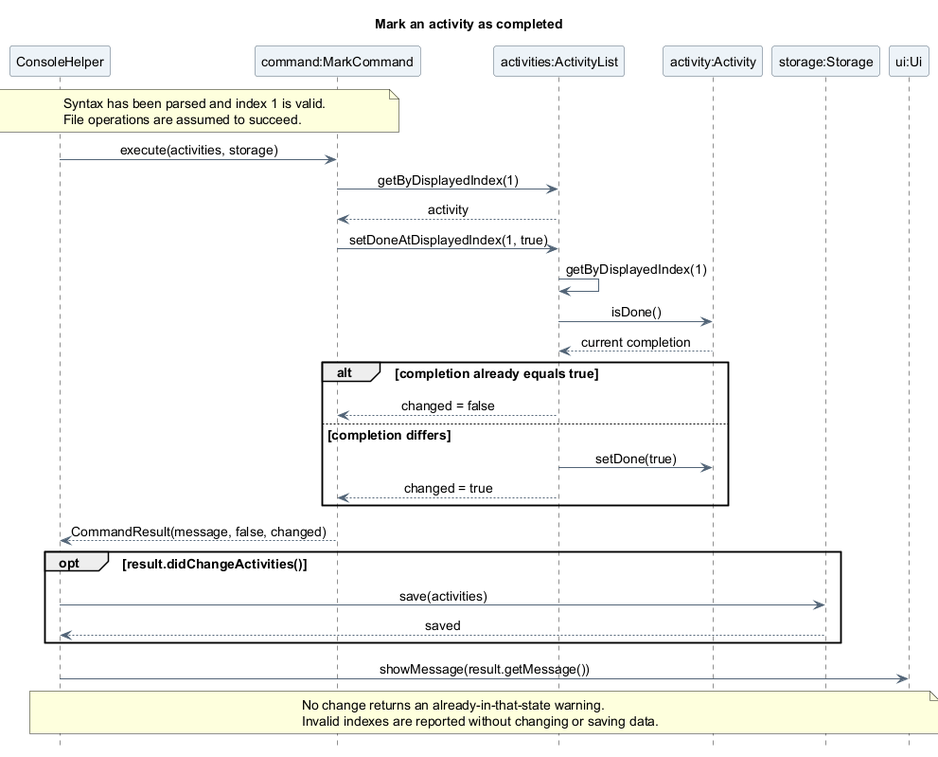
AY2627S1-CS2113-T10-4/tp keeps this PlantUML diagram as docs/images/oliver/sequence/MarkActivitySequence.png. Above is the earlier version.
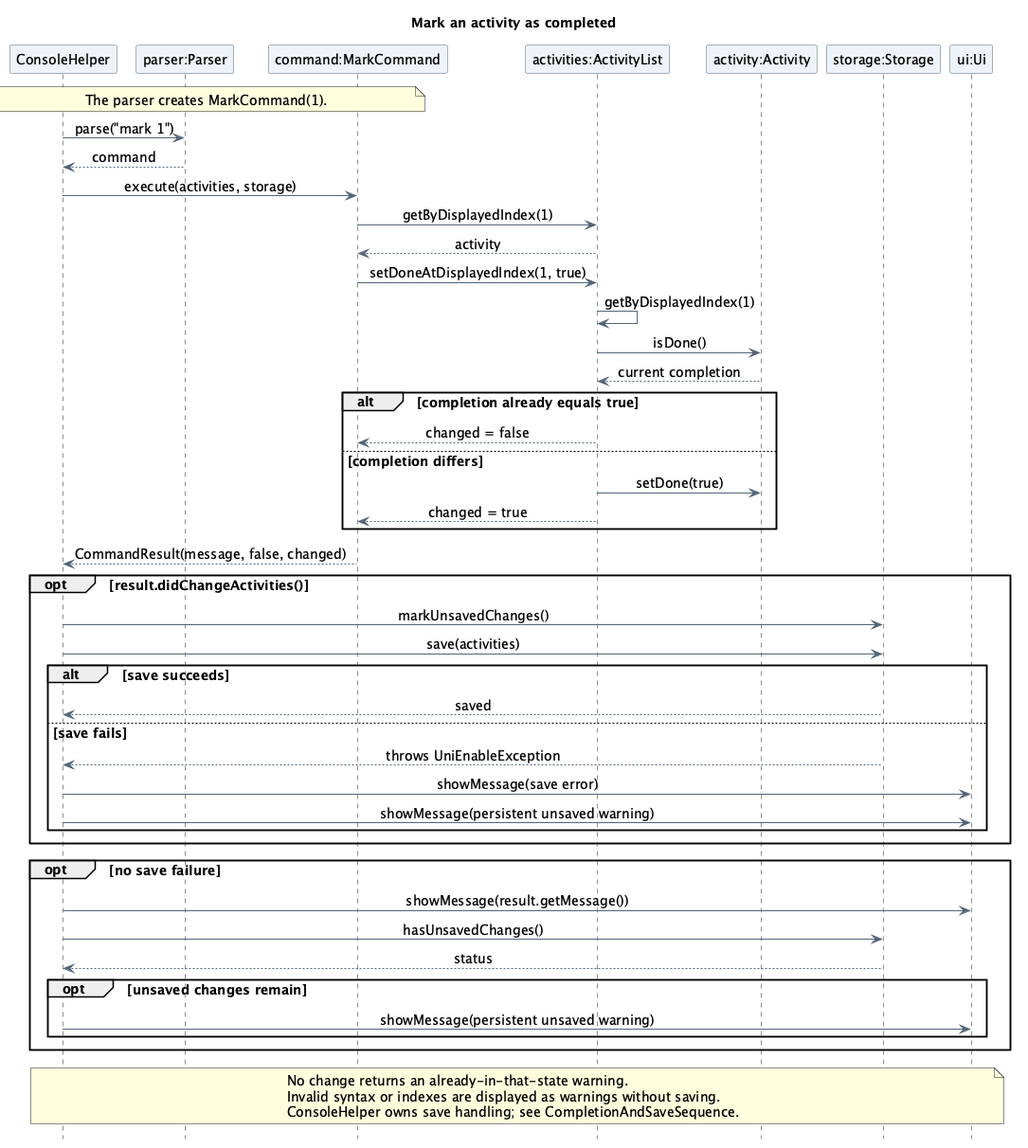
The same file after the commit.

Commit message:
Update Oliver sequence diagram assets

The edit, as a diff of the source:
```diff
@@ -11,6 +11,7 @@
 hide footbox
 
 participant "ConsoleHelper" as Console
+participant "parser:Parser" as Parser
 participant "command:MarkCommand" as Query
 participant "activities:ActivityList" as Activities
 participant "activity:Activity" as Activity
@@ -18,9 +19,10 @@
 participant "ui:Ui" as UI
 
 note over Console, Query
-  Syntax has been parsed and index 1 is valid.
-  File operations are assumed to succeed.
+  The parser creates MarkCommand(1).
 end note
+Console -> Parser : parse("mark 1")
+Parser --> Console : command
 Console -> Query : execute(activities, storage)
 Query -> Activities : getByDisplayedIndex(1)
 Activities --> Query : activity
@@ -36,12 +38,27 @@
 end
 Query --> Console : CommandResult(message, false, changed)
 opt result.didChangeActivities()
+  Console -> Storage : markUnsavedChanges()
   Console -> Storage : save(activities)
-  Storage --> Console : saved
+  alt save succeeds
+    Storage --> Console : saved
+  else save fails
+    Storage --> Console : throws UniEnableException
+    Console -> UI : showMessage(save error)
+    Console -> UI : showMessage(persistent unsaved warning)
+  end
 end
-Console -> UI : showMessage(result.getMessage())
+opt no save failure
+  Console -> UI : showMessage(result.getMessage())
+  Console -> Storage : hasUnsavedChanges()
+  Storage --> Console : status
+  opt unsaved changes remain
+    Console -> UI : showMessage(persistent unsaved warning)
+  end
+end
 note over Console, UI
   No change returns an already-in-that-state warning.
-  Invalid indexes are reported without changing or saving data.
+  Invalid syntax or indexes are displayed as warnings without saving.
+  ConsoleHelper owns save handling; see CompletionAndSaveSequence.
 end note
 @enduml
```
